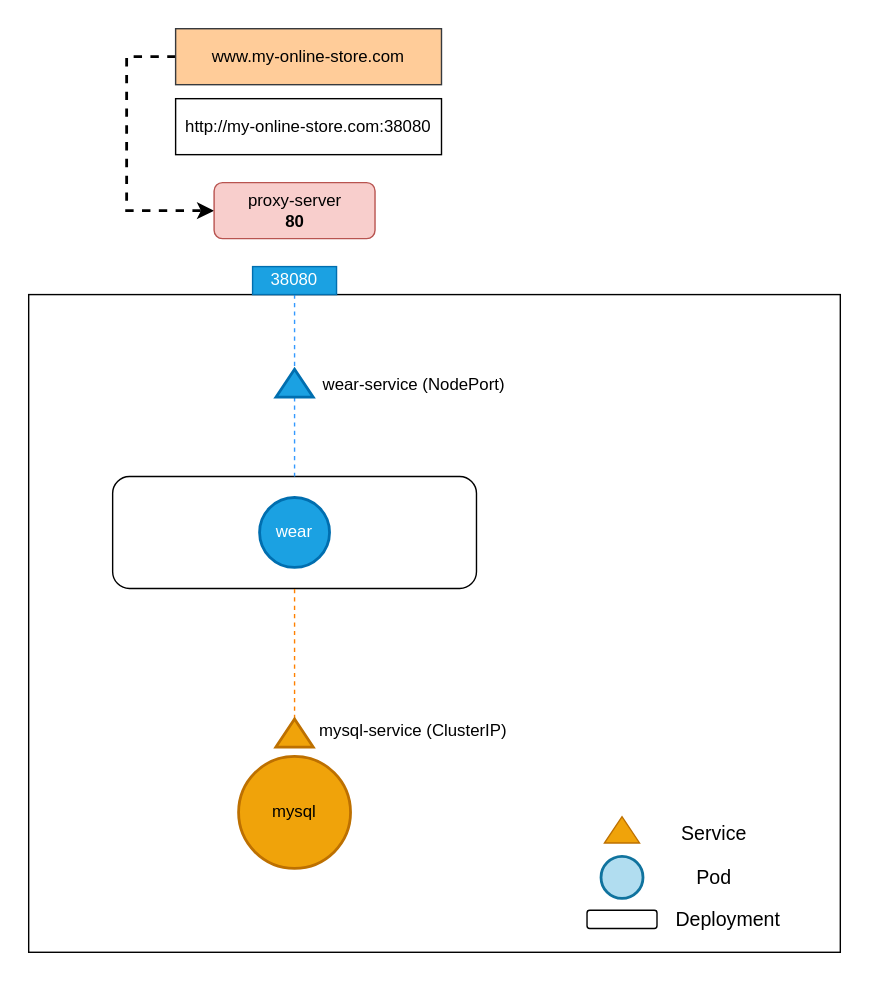
aditya109/journey-CKA keeps this draw.io diagram as assets/networking-ingress-5.svg. Above is the earlier version. Source tidied: cells renumbered, new cells last; positions are measured from the earlier drawing's top-left corner, leaving out a move shared by most shapes.
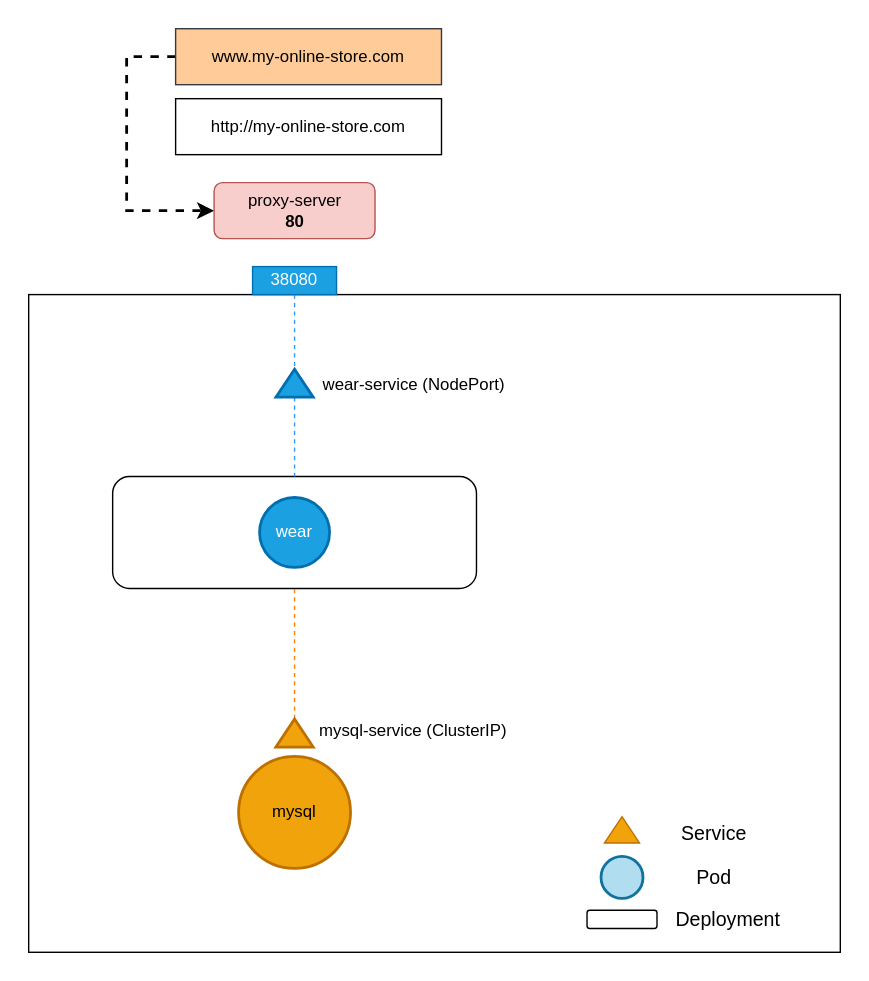
Later version of the same file.

Diff of the diagram source:
```diff
@@ -67,7 +67,7 @@
     <mxCell id="21" value="Service" style="text;html=1;strokeColor=none;fillColor=none;align=center;verticalAlign=middle;whiteSpace=wrap;rounded=0;fontSize=14;" parent="1" vertex="1">
       <mxGeometry x="460" y="560" width="60" height="30" as="geometry" />
     </mxCell>
-    <mxCell id="22" value="http://my-online-store.com:38080" style="rounded=0;whiteSpace=wrap;html=1;" parent="1" vertex="1">
+    <mxCell id="22" value="http://my-online-store.com" style="rounded=0;whiteSpace=wrap;html=1;" parent="1" vertex="1">
       <mxGeometry x="105" y="50" width="190" height="40" as="geometry" />
     </mxCell>
     <mxCell id="23" value="proxy-server&lt;br&gt;&lt;b&gt;80&lt;/b&gt;" style="rounded=1;whiteSpace=wrap;html=1;fillColor=#f8cecc;strokeColor=#b85450;" parent="1" vertex="1">
```
